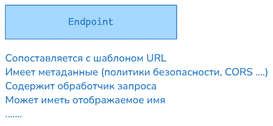
This is img/10_routing.excalidraw.png from silvercodes/p23_p31_aspnetcore, a Excalidraw export, as it was before one commit. Source tidied: one line per element, renumbered; positions are measured from the earlier drawing's top-left corner, leaving out a move shared by most shapes.
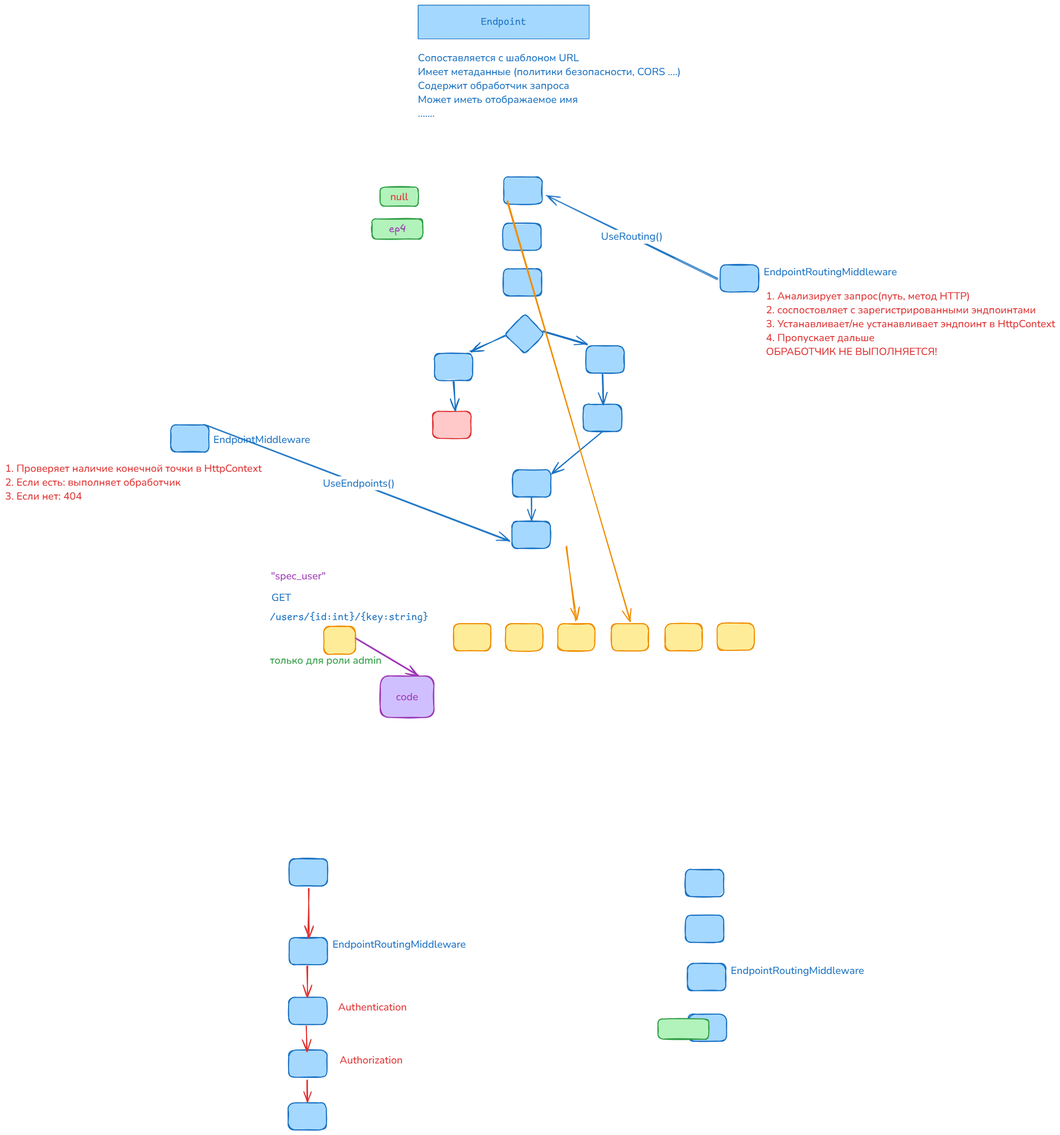
Later version of the same file.

Change to the diagram source:
```diff
@@ -1,3 +1,65 @@
 {"id": 0, "type": "rectangle", "strokeColor": "#1971c2", "backgroundColor": "#a5d8ff", "fillStyle": "solid", "strokeWidth": 1, "roughness": 0, "x": 0, "y": 0, "width": 333, "height": 66}
 {"id": 1, "type": "text", "text": "Endpoint", "strokeColor": "#1971c2", "backgroundColor": "#a5d8ff", "fillStyle": "solid", "strokeWidth": 1, "roughness": 0, "fontSize": 20, "fontFamily": 8, "textAlign": "center", "verticalAlign": "middle", "inside": 0, "x": 123, "y": 20, "width": 88, "height": 25}
 {"id": 2, "type": "text", "text": "Сопоставляется с шаблоном URL\nИмеет метаданные (политики безопасности, CORS ....)\nСодержит обработчик запроса\nМожет иметь отображаемое имя\n.......", "strokeColor": "#1971c2", "backgroundColor": "#a5d8ff", "fillStyle": "solid", "strokeWidth": 1, "roughness": 0, "fontSize": 20, "fontFamily": 6, "x": 0, "y": 89, "width": 511, "height": 135}
+{"id": 3, "type": "rectangle", "strokeColor": "#1971c2", "backgroundColor": "#a5d8ff", "fillStyle": "solid", "strokeWidth": 2, "roughness": 1, "round": true, "x": 167, "y": 334, "width": 75, "height": 53}
+{"id": 4, "type": "rectangle", "strokeColor": "#1971c2", "backgroundColor": "#a5d8ff", "fillStyle": "solid", "strokeWidth": 2, "roughness": 1, "round": true, "x": 165, "y": 424, "width": 75, "height": 53}
+{"id": 5, "type": "rectangle", "strokeColor": "#1971c2", "backgroundColor": "#a5d8ff", "fillStyle": "solid", "strokeWidth": 2, "roughness": 1, "round": true, "x": 166, "y": 512, "width": 75, "height": 53}
+{"id": 6, "type": "rectangle", "strokeColor": "#1971c2", "backgroundColor": "#a5d8ff", "fillStyle": "solid", "strokeWidth": 2, "roughness": 1, "round": true, "x": 32, "y": 677, "width": 75, "height": 53}
+{"id": 7, "type": "rectangle", "strokeColor": "#e03131", "backgroundColor": "#ffc9c9", "fillStyle": "solid", "strokeWidth": 2, "roughness": 1, "round": true, "x": 29, "y": 789, "width": 75, "height": 53}
+{"id": 8, "type": "rectangle", "strokeColor": "#1971c2", "backgroundColor": "#a5d8ff", "fillStyle": "solid", "strokeWidth": 2, "roughness": 1, "round": true, "x": 327, "y": 662, "width": 75, "height": 53}
+{"id": 9, "type": "rectangle", "strokeColor": "#1971c2", "backgroundColor": "#a5d8ff", "fillStyle": "solid", "strokeWidth": 2, "roughness": 1, "round": true, "x": 322, "y": 776, "width": 75, "height": 53}
+{"id": 10, "type": "diamond", "strokeColor": "#1971c2", "backgroundColor": "#a5d8ff", "fillStyle": "solid", "strokeWidth": 2, "roughness": 1, "round": true, "x": 169, "y": 600, "width": 77, "height": 78}
+{"id": 11, "type": "rectangle", "strokeColor": "#1971c2", "backgroundColor": "#a5d8ff", "fillStyle": "solid", "strokeWidth": 2, "roughness": 1, "round": true, "x": 184, "y": 903, "width": 75, "height": 53}
+{"id": 12, "type": "arrow", "strokeColor": "#1971c2", "backgroundColor": "#a5d8ff", "fillStyle": "solid", "strokeWidth": 2, "roughness": 1, "endArrowhead": "arrow", "round": true, "from": 10, "to": 8, "x": 242, "y": 634, "width": 87, "height": 26, "points": [[0, 0], [87, 26]]}
+{"id": 13, "type": "arrow", "strokeColor": "#1971c2", "backgroundColor": "#a5d8ff", "fillStyle": "solid", "strokeWidth": 2, "roughness": 1, "endArrowhead": "arrow", "round": true, "from": 8, "to": 9, "x": 359, "y": 718, "width": 2, "height": 57, "points": [[0, 0], [2, 57]]}
+{"id": 14, "type": "arrow", "strokeColor": "#1971c2", "backgroundColor": "#a5d8ff", "fillStyle": "solid", "strokeWidth": 2, "roughness": 1, "endArrowhead": "arrow", "round": true, "from": 9, "to": 11, "x": 358, "y": 830, "width": 97, "height": 80, "points": [[0, 0], [-97, 80]]}
+{"id": 15, "type": "arrow", "strokeColor": "#1971c2", "backgroundColor": "#a5d8ff", "fillStyle": "solid", "strokeWidth": 2, "roughness": 1, "endArrowhead": "arrow", "round": true, "from": 10, "to": 6, "x": 170, "y": 643, "width": 68, "height": 31, "points": [[0, 0], [-68, 31]]}
+{"id": 16, "type": "arrow", "strokeColor": "#1971c2", "backgroundColor": "#a5d8ff", "fillStyle": "solid", "strokeWidth": 2, "roughness": 1, "endArrowhead": "arrow", "round": true, "from": 6, "to": 7, "x": 69, "y": 731, "width": 5, "height": 58, "points": [[0, 0], [5, 58]]}
+{"id": 17, "type": "rectangle", "strokeColor": "#1971c2", "backgroundColor": "#a5d8ff", "fillStyle": "solid", "strokeWidth": 2, "roughness": 1, "round": true, "x": 183, "y": 1003, "width": 75, "height": 53}
+{"id": 18, "type": "arrow", "strokeColor": "#1971c2", "backgroundColor": "#ffc9c9", "fillStyle": "solid", "strokeWidth": 2, "roughness": 1, "endArrowhead": "arrow", "round": true, "from": 11, "to": 17, "x": 221, "y": 957, "width": 0, "height": 45, "points": [[0, 0], [0, 45]]}
+{"id": 19, "type": "rectangle", "strokeColor": "#f08c00", "backgroundColor": "#ffec99", "fillStyle": "solid", "strokeWidth": 2, "roughness": 1, "round": true, "x": -183, "y": 1207, "width": 62, "height": 54}
+{"id": 20, "type": "rectangle", "strokeColor": "#f08c00", "backgroundColor": "#ffec99", "fillStyle": "solid", "strokeWidth": 2, "roughness": 1, "round": true, "x": 69, "y": 1202, "width": 72, "height": 53}
+{"id": 21, "type": "rectangle", "strokeColor": "#f08c00", "backgroundColor": "#ffec99", "fillStyle": "solid", "strokeWidth": 2, "roughness": 1, "round": true, "x": 171, "y": 1202, "width": 72, "height": 53}
+{"id": 22, "type": "rectangle", "strokeColor": "#f08c00", "backgroundColor": "#ffec99", "fillStyle": "solid", "strokeWidth": 2, "roughness": 1, "round": true, "x": 272, "y": 1202, "width": 72, "height": 53}
+{"id": 23, "type": "rectangle", "strokeColor": "#f08c00", "backgroundColor": "#ffec99", "fillStyle": "solid", "strokeWidth": 2, "roughness": 1, "round": true, "x": 376, "y": 1202, "width": 72, "height": 53}
+{"id": 24, "type": "rectangle", "strokeColor": "#f08c00", "backgroundColor": "#ffec99", "fillStyle": "solid", "strokeWidth": 2, "roughness": 1, "round": true, "x": 481, "y": 1202, "width": 72, "height": 53}
+{"id": 25, "type": "rectangle", "strokeColor": "#2f9e44", "backgroundColor": "#b2f2bb", "fillStyle": "solid", "strokeWidth": 2, "roughness": 1, "round": true, "x": -89, "y": 415, "width": 99, "height": 39}
+{"id": 26, "type": "text", "text": "ep4", "strokeColor": "#9c36b5", "backgroundColor": "#eebefa", "fillStyle": "solid", "strokeWidth": 2, "roughness": 1, "fontSize": 20, "fontFamily": 5, "textAlign": "center", "verticalAlign": "middle", "inside": 25, "x": -56, "y": 423, "width": 33, "height": 25}
+{"id": 27, "type": "text", "text": "/users/{id:int}/{key:string}", "strokeColor": "#1971c2", "backgroundColor": "#a5d8ff", "fillStyle": "solid", "strokeWidth": 2, "roughness": 1, "fontSize": 20, "fontFamily": 8, "x": -288, "y": 1177, "width": 308, "height": 25}
+{"id": 28, "type": "text", "text": "только для роли admin", "strokeColor": "#2f9e44", "backgroundColor": "#b2f2bb", "fillStyle": "solid", "strokeWidth": 2, "roughness": 1, "fontSize": 20, "fontFamily": 6, "x": -288, "y": 1260, "width": 217, "height": 27}
+{"id": 29, "type": "rectangle", "strokeColor": "#9c36b5", "backgroundColor": "#d0bfff", "fillStyle": "solid", "strokeWidth": 2, "roughness": 1, "round": true, "x": -73, "y": 1304, "width": 104, "height": 81}
+{"id": 30, "type": "text", "text": "code", "strokeColor": "#9c36b5", "backgroundColor": "#d0bfff", "fillStyle": "solid", "strokeWidth": 2, "roughness": 1, "fontSize": 20, "fontFamily": 6, "textAlign": "center", "verticalAlign": "middle", "inside": 29, "x": -42, "y": 1331, "width": 43, "height": 27}
+{"id": 31, "type": "arrow", "strokeColor": "#9c36b5", "backgroundColor": "#d0bfff", "fillStyle": "solid", "strokeWidth": 2, "roughness": 1, "endArrowhead": "arrow", "round": true, "from": 19, "to": 29, "x": -120, "y": 1231, "width": 120, "height": 72, "points": [[0, 0], [120, 72]]}
+{"id": 32, "type": "text", "text": "\"spec_user\"", "strokeColor": "#9c36b5", "backgroundColor": "#d0bfff", "fillStyle": "solid", "strokeWidth": 2, "roughness": 1, "fontSize": 20, "fontFamily": 6, "x": -286, "y": 1096, "width": 107, "height": 27}
+{"id": 33, "type": "rectangle", "strokeColor": "#f08c00", "backgroundColor": "#ffec99", "fillStyle": "solid", "strokeWidth": 2, "roughness": 1, "round": true, "x": 582, "y": 1201, "width": 72, "height": 53}
+{"id": 34, "type": "rectangle", "strokeColor": "#1971c2", "backgroundColor": "#a5d8ff", "fillStyle": "solid", "strokeWidth": 2, "roughness": 1, "round": true, "x": 588, "y": 504, "width": 75, "height": 53}
+{"id": 35, "type": "text", "text": "EndpointRoutingMiddleware", "strokeColor": "#1971c2", "backgroundColor": "#d0bfff", "fillStyle": "solid", "strokeWidth": 2, "roughness": 1, "fontSize": 20, "fontFamily": 6, "x": 672, "y": 504, "width": 259, "height": 27}
+{"id": 36, "type": "arrow", "strokeColor": "#1971c2", "backgroundColor": "#d0bfff", "fillStyle": "solid", "strokeWidth": 2, "roughness": 1, "endArrowhead": "arrow", "round": true, "from": 34, "to": 3, "x": 582, "y": 530, "width": 332, "height": 161, "points": [[0, 0], [-332, -161]]}
+{"id": 37, "type": "text", "text": "UseRouting()", "strokeColor": "#1971c2", "backgroundColor": "#d0bfff", "fillStyle": "solid", "strokeWidth": 2, "roughness": 1, "fontSize": 20, "fontFamily": 6, "textAlign": "center", "verticalAlign": "middle", "inside": 36, "x": 459, "y": 616, "width": 120, "height": 27}
+{"id": 38, "type": "text", "text": "1. Анализирует запрос(путь, метод HTTP)\n2. соспостовляет с зарегистрированными эндпоинтами\n3. Устанавливает/не устанавливает эндпоинт в HttpContext\n4. Пропускает дальше\nОБРАБОТЧИК НЕ ВЫПОЛНЯЕТСЯ!", "strokeColor": "#e03131", "backgroundColor": "#d0bfff", "fillStyle": "solid", "strokeWidth": 2, "roughness": 1, "fontSize": 20, "fontFamily": 6, "x": 677, "y": 552, "width": 562, "height": 135}
+{"id": 39, "type": "rectangle", "strokeColor": "#1971c2", "backgroundColor": "#a5d8ff", "fillStyle": "solid", "strokeWidth": 2, "roughness": 1, "round": true, "x": -481, "y": 816, "width": 75, "height": 53}
+{"id": 40, "type": "text", "text": "EndpointMiddleware", "strokeColor": "#1971c2", "backgroundColor": "#b2f2bb", "fillStyle": "solid", "strokeWidth": 2, "roughness": 1, "fontSize": 20, "fontFamily": 6, "x": -398, "y": 831, "width": 188, "height": 27}
+{"id": 41, "type": "arrow", "strokeColor": "#1971c2", "backgroundColor": "#b2f2bb", "fillStyle": "solid", "strokeWidth": 2, "roughness": 1, "endArrowhead": "arrow", "round": true, "from": 39, "to": 17, "x": -409, "y": 817, "width": 587, "height": 224, "points": [[0, 0], [587, 224]]}
+{"id": 42, "type": "text", "text": "UseEndpoints()", "strokeColor": "#1971c2", "backgroundColor": "#b2f2bb", "fillStyle": "solid", "strokeWidth": 2, "roughness": 1, "fontSize": 20, "fontFamily": 6, "textAlign": "center", "verticalAlign": "middle", "inside": 41, "x": -111, "y": 475, "width": 140, "height": 27}
+{"id": 43, "type": "text", "text": "1. Проверяет наличие конечной точки в HttpContext\n2. Если есть: выполняет обработчик\n3. Если нет: 404", "strokeColor": "#e03131", "backgroundColor": "#b2f2bb", "fillStyle": "solid", "strokeWidth": 2, "roughness": 1, "fontSize": 20, "fontFamily": 6, "x": -803, "y": 887, "width": 499, "height": 81}
+{"id": 44, "type": "rectangle", "strokeColor": "#2f9e44", "backgroundColor": "#b2f2bb", "fillStyle": "solid", "strokeWidth": 2, "roughness": 1, "round": true, "x": -74, "y": 354, "width": 74, "height": 37}
+{"id": 45, "type": "text", "text": "null", "strokeColor": "#e03131", "backgroundColor": "#b2f2bb", "fillStyle": "solid", "strokeWidth": 2, "roughness": 1, "fontSize": 20, "fontFamily": 6, "textAlign": "center", "verticalAlign": "middle", "inside": 44, "x": -54, "y": 359, "width": 35, "height": 27}
+{"id": 46, "type": "rectangle", "strokeColor": "#1971c2", "backgroundColor": "#a5d8ff", "fillStyle": "solid", "strokeWidth": 2, "roughness": 1, "round": true, "x": -250, "y": 1659, "width": 75, "height": 53}
+{"id": 47, "type": "rectangle", "strokeColor": "#1971c2", "backgroundColor": "#a5d8ff", "fillStyle": "solid", "strokeWidth": 2, "roughness": 1, "round": true, "x": -250, "y": 1812, "width": 75, "height": 53}
+{"id": 48, "type": "text", "text": "EndpointRoutingMiddleware", "strokeColor": "#1971c2", "backgroundColor": "#d0bfff", "fillStyle": "solid", "strokeWidth": 2, "roughness": 1, "fontSize": 20, "fontFamily": 6, "x": -166, "y": 1812, "width": 259, "height": 27}
+{"id": 49, "type": "arrow", "strokeColor": "#e03131", "backgroundColor": "#b2f2bb", "fillStyle": "solid", "strokeWidth": 2, "roughness": 1, "endArrowhead": "arrow", "round": true, "from": 46, "to": 47, "x": -212, "y": 1716, "width": 1, "height": 95, "points": [[0, 0], [-1, 95]]}
+{"id": 50, "type": "rectangle", "strokeColor": "#1971c2", "backgroundColor": "#a5d8ff", "fillStyle": "solid", "strokeWidth": 2, "roughness": 1, "round": true, "x": -251, "y": 1928, "width": 75, "height": 53}
+{"id": 51, "type": "rectangle", "strokeColor": "#1971c2", "backgroundColor": "#a5d8ff", "fillStyle": "solid", "strokeWidth": 2, "roughness": 1, "round": true, "x": -251, "y": 2031, "width": 75, "height": 53}
+{"id": 52, "type": "arrow", "strokeColor": "#e03131", "backgroundColor": "#b2f2bb", "fillStyle": "solid", "strokeWidth": 2, "roughness": 1, "endArrowhead": "arrow", "round": true, "from": 47, "to": 50, "x": -215, "y": 1868, "width": 1, "height": 59, "points": [[0, 0], [1, 59]]}
+{"id": 53, "type": "arrow", "strokeColor": "#e03131", "backgroundColor": "#b2f2bb", "fillStyle": "solid", "strokeWidth": 2, "roughness": 1, "endArrowhead": "arrow", "round": true, "from": 50, "to": 51, "x": -217, "y": 1984, "width": 1, "height": 49, "points": [[0, 0], [1, 49]]}
+{"id": 54, "type": "text", "text": "Authentication", "strokeColor": "#e03131", "backgroundColor": "#b2f2bb", "fillStyle": "solid", "strokeWidth": 2, "roughness": 1, "fontSize": 20, "fontFamily": 6, "x": -155, "y": 1934, "width": 133, "height": 27}
+{"id": 55, "type": "text", "text": "Authorization", "strokeColor": "#e03131", "backgroundColor": "#b2f2bb", "fillStyle": "solid", "strokeWidth": 2, "roughness": 1, "fontSize": 20, "fontFamily": 6, "x": -152, "y": 2037, "width": 123, "height": 27}
+{"id": 56, "type": "rectangle", "strokeColor": "#1971c2", "backgroundColor": "#a5d8ff", "fillStyle": "solid", "strokeWidth": 2, "roughness": 1, "round": true, "x": -252, "y": 2133, "width": 75, "height": 53}
+{"id": 57, "type": "arrow", "strokeColor": "#e03131", "backgroundColor": "#b2f2bb", "fillStyle": "solid", "strokeWidth": 2, "roughness": 1, "endArrowhead": "arrow", "round": true, "from": 51, "to": 56, "x": -215, "y": 2090, "width": 0, "height": 42, "points": [[0, 0], [0, 42]]}
+{"id": 58, "type": "text", "text": "GET", "strokeColor": "#1971c2", "backgroundColor": "#b2f2bb", "fillStyle": "solid", "strokeWidth": 2, "roughness": 1, "fontSize": 20, "fontFamily": 6, "x": -285, "y": 1138, "width": 38, "height": 27}
+{"id": 59, "type": "rectangle", "strokeColor": "#1971c2", "backgroundColor": "#a5d8ff", "fillStyle": "solid", "strokeWidth": 2, "roughness": 1, "round": true, "x": 520, "y": 1680, "width": 75, "height": 53}
+{"id": 60, "type": "rectangle", "strokeColor": "#1971c2", "backgroundColor": "#a5d8ff", "fillStyle": "solid", "strokeWidth": 2, "roughness": 1, "round": true, "x": 520, "y": 1769, "width": 75, "height": 53}
+{"id": 61, "type": "rectangle", "strokeColor": "#1971c2", "backgroundColor": "#a5d8ff", "fillStyle": "solid", "strokeWidth": 2, "roughness": 1, "round": true, "x": 524, "y": 1863, "width": 75, "height": 53}
+{"id": 62, "type": "text", "text": "EndpointRoutingMiddleware", "strokeColor": "#1971c2", "backgroundColor": "#d0bfff", "fillStyle": "solid", "strokeWidth": 2, "roughness": 1, "fontSize": 20, "fontFamily": 6, "x": 608, "y": 1863, "width": 259, "height": 27}
+{"id": 63, "type": "rectangle", "strokeColor": "#1971c2", "backgroundColor": "#a5d8ff", "fillStyle": "solid", "strokeWidth": 2, "roughness": 1, "round": true, "x": 526, "y": 1961, "width": 75, "height": 53}
+{"id": 64, "type": "rectangle", "strokeColor": "#2f9e44", "backgroundColor": "#b2f2bb", "fillStyle": "solid", "strokeWidth": 2, "roughness": 1, "round": true, "x": 467, "y": 1970, "width": 99, "height": 39}
```
